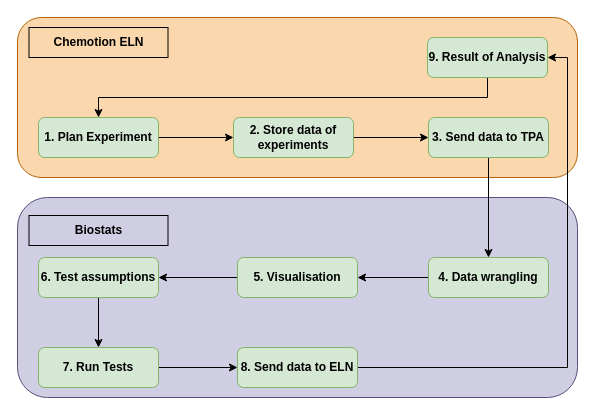
Earlier version of the draw.io diagram Paper/DataAnalysisPipeline.drawio (ComPlat/Biostats). Source tidied: cells renumbered, new cells numbered last; positions are measured from the earlier drawing's top-left corner, leaving out a move shared by most shapes. Both pictures are drawn from the tidied source at 100%, with x=0, y=0 at pixel (17, 17).
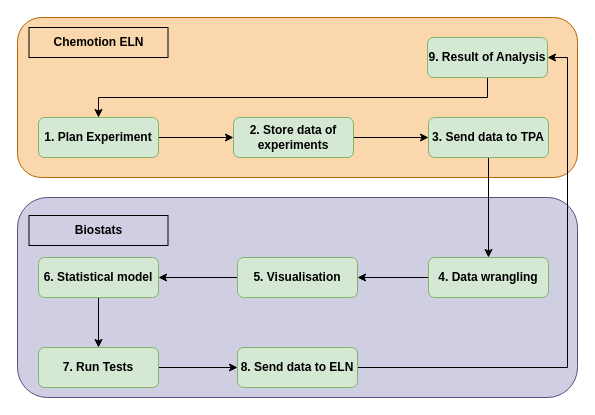
The same diagram, later.

The edit, as a diff of the source:
```diff
@@
-    <mxCell id="18" value="&lt;b&gt;6. Test assumptions&lt;/b&gt;" style="rounded=1;whiteSpace=wrap;html=1;fillColor=#d5e8d4;strokeColor=#82b366;" parent="1" vertex="1">
+    <mxCell id="18" value="&lt;b&gt;6. Statistical model&lt;/b&gt;" style="rounded=1;whiteSpace=wrap;html=1;fillColor=#d5e8d4;strokeColor=#82b366;" parent="1" vertex="1">
       <mxGeometry x="21" y="240" width="120" height="40" as="geometry" />
     </mxCell>
```
